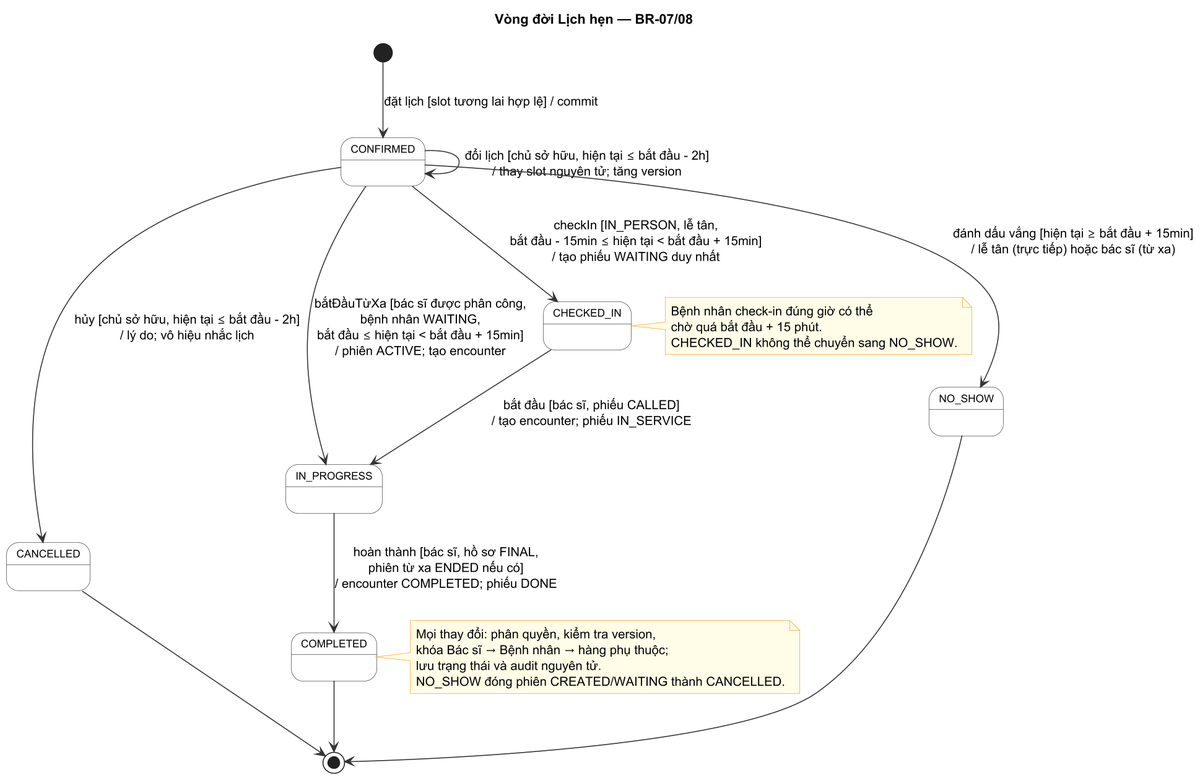
This is docs/design/state-diagrams/appointment.png from Samie32/SE-project, a PlantUML export, as it was before one commit.
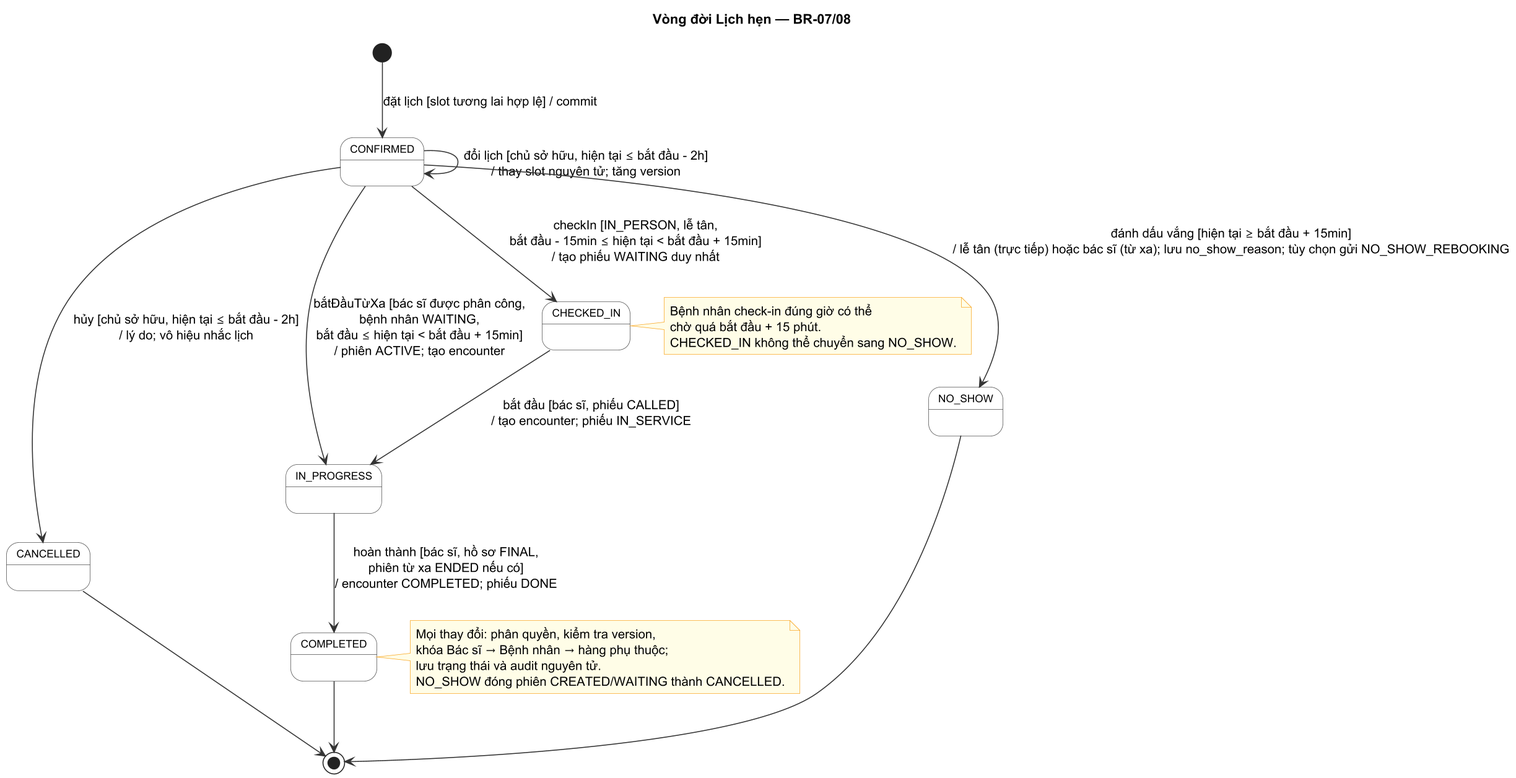
After the change.

The edit, as a diff of the source:
```diff
@@ -20,7 +20,7 @@
 
 CONFIRMED --> CHECKED_IN : checkIn [IN_PERSON, lễ tân,\nbắt đầu - 15min ≤ hiện tại < bắt đầu + 15min]\n/ tạo phiếu WAITING duy nhất
 
-CONFIRMED --> NO_SHOW : đánh dấu vắng [hiện tại ≥ bắt đầu + 15min]\n/ lễ tân (trực tiếp) hoặc bác sĩ (từ xa)
+CONFIRMED --> NO_SHOW : đánh dấu vắng [hiện tại ≥ bắt đầu + 15min]\n/ lễ tân (trực tiếp) hoặc bác sĩ (từ xa); lưu no_show_reason; tùy chọn gửi NO_SHOW_REBOOKING
 
 CONFIRMED --> IN_PROGRESS : bắtĐầuTừXa [bác sĩ được phân công,\nbệnh nhân WAITING,\nbắt đầu ≤ hiện tại < bắt đầu + 15min]\n/ phiên ACTIVE; tạo encounter
 
```
